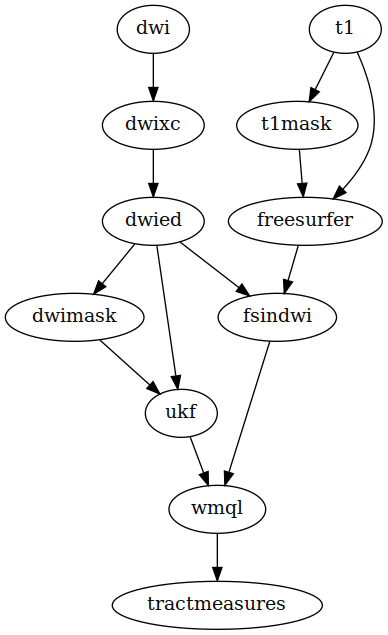
Earlier version of the Graphviz export pnlpipe_doc/dag.png (pnlbwh/pnlpipe). Its source is kept beside it as pnlpipe_doc/dag.dot. Source of this version:
```dot
digraph {
  dwi -> dwixc -> dwied;
  dwied -> dwimask;
  dwied -> ukf;
  dwimask -> ukf;
  ukf -> wmql;
  t1 -> t1mask;
  t1 -> freesurfer;
  t1mask -> freesurfer;
  freesurfer -> fsindwi;
  dwied -> fsindwi;
  fsindwi -> wmql;
  wmql -> tractmeasures;
}
```
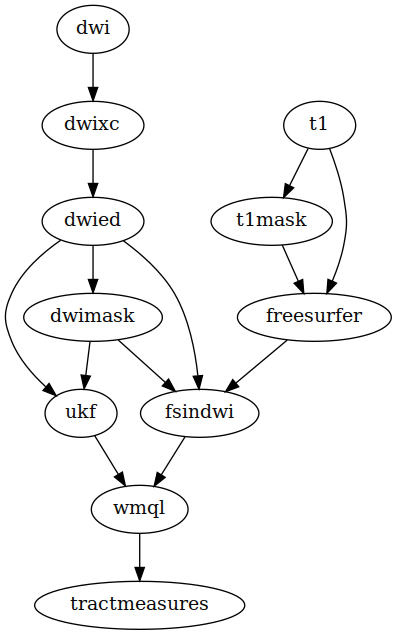
The same file after the commit.

What changed in the source:
```diff
@@ -9,6 +9,7 @@
   t1mask -> freesurfer;
   freesurfer -> fsindwi;
   dwied -> fsindwi;
+  dwimask -> fsindwi;
   fsindwi -> wmql;
   wmql -> tractmeasures;
 }
```
